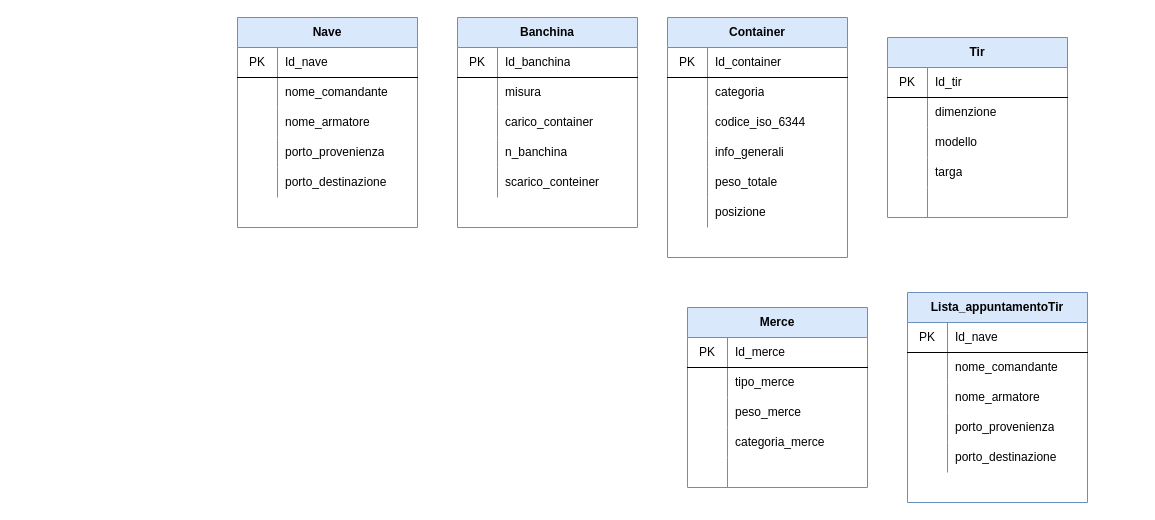
The draw.io diagram DATABASE/Untitled Diagram.drawio in giuliacangani02/EsameGiulia2021, before the edit. Source tidied: cells renumbered, new cells numbered last; positions are measured from the earlier drawing's top-left corner, leaving out a move shared by most shapes. Both pictures are drawn from the tidied source at 100%, with x=0, y=0 at pixel (237, 17).
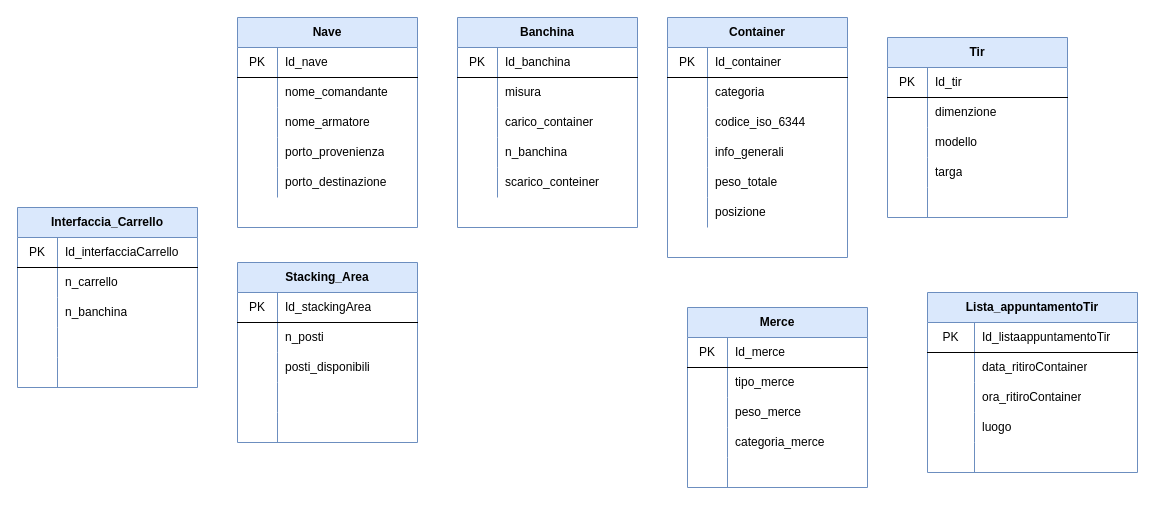
Above is the later version.

What changed in the source:
```diff
@@
     <mxCell id="85" value="Lista_appuntamentoTir" style="shape=table;html=1;whiteSpace=wrap;startSize=30;childLayout=tableLayout;rowLines=0;fontStyle=1;align=center;fillColor=#dae8fc;strokeColor=#6c8ebf;" parent="1" vertex="1">
-      <mxGeometry x="670" y="275" width="180" height="210" as="geometry" />
+      <mxGeometry x="690" y="275" width="210" height="180" as="geometry" />
     </mxCell>
     <mxCell id="86" style="shape=partialRectangle;html=1;whiteSpace=wrap;fillColor=none;top=0;left=0;bottom=1;right=0;" parent="85" vertex="1">
-      <mxGeometry y="30" width="180" height="30" as="geometry" />
+      <mxGeometry y="30" width="210" height="30" as="geometry" />
     </mxCell>
     <mxCell id="87" value="PK" style="shape=partialRectangle;html=1;whiteSpace=wrap;fillColor=none;top=0;left=0;bottom=0;right=0;overflow=hidden;" parent="86" vertex="1">
-      <mxGeometry width="40" height="30" as="geometry" />
+      <mxGeometry width="47" height="30" as="geometry" />
     </mxCell>
-    <mxCell id="88" value="Id_nave" style="shape=partialRectangle;html=1;whiteSpace=wrap;fillColor=none;top=0;left=0;bottom=0;right=0;align=left;spacingLeft=6;overflow=hidden;" parent="86" vertex="1">
-      <mxGeometry x="40" width="140" height="30" as="geometry" />
+    <mxCell id="88" value="Id_listaappuntamentoTir" style="shape=partialRectangle;html=1;whiteSpace=wrap;fillColor=none;top=0;left=0;bottom=0;right=0;align=left;spacingLeft=6;overflow=hidden;" parent="86" vertex="1">
+      <mxGeometry x="47" width="163" height="30" as="geometry" />
     </mxCell>
     <mxCell id="89" style="shape=partialRectangle;html=1;whiteSpace=wrap;fillColor=none;top=0;left=0;bottom=0;right=0;" parent="85" vertex="1">
-      <mxGeometry y="60" width="180" height="30" as="geometry" />
+      <mxGeometry y="60" width="210" height="30" as="geometry" />
     </mxCell>
     <mxCell id="90" style="shape=partialRectangle;html=1;whiteSpace=wrap;fillColor=none;top=0;left=0;bottom=0;right=0;overflow=hidden;" parent="89" vertex="1">
-      <mxGeometry width="40" height="30" as="geometry" />
+      <mxGeometry width="47" height="30" as="geometry" />
     </mxCell>
-    <mxCell id="91" value="nome_comandante" style="shape=partialRectangle;html=1;whiteSpace=wrap;fillColor=none;top=0;left=0;bottom=0;right=0;align=left;spacingLeft=6;overflow=hidden;" parent="89" vertex="1">
-      <mxGeometry x="40" width="140" height="30" as="geometry" />
+    <mxCell id="91" value="data_ritiroContainer" style="shape=partialRectangle;html=1;whiteSpace=wrap;fillColor=none;top=0;left=0;bottom=0;right=0;align=left;spacingLeft=6;overflow=hidden;" parent="89" vertex="1">
+      <mxGeometry x="47" width="163" height="30" as="geometry" />
     </mxCell>
     <mxCell id="92" style="shape=partialRectangle;html=1;whiteSpace=wrap;fillColor=none;top=0;left=0;bottom=0;right=0;" parent="85" vertex="1">
-      <mxGeometry y="90" width="180" height="30" as="geometry" />
+      <mxGeometry y="90" width="210" height="30" as="geometry" />
     </mxCell>
     <mxCell id="93" style="shape=partialRectangle;html=1;whiteSpace=wrap;fillColor=none;top=0;left=0;bottom=0;right=0;overflow=hidden;" parent="92" vertex="1">
-      <mxGeometry width="40" height="30" as="geometry" />
+      <mxGeometry width="47" height="30" as="geometry" />
     </mxCell>
-    <mxCell id="94" value="nome_armatore" style="shape=partialRectangle;html=1;whiteSpace=wrap;fillColor=none;top=0;left=0;bottom=0;right=0;align=left;spacingLeft=6;overflow=hidden;" parent="92" vertex="1">
-      <mxGeometry x="40" width="140" height="30" as="geometry" />
+    <mxCell id="94" value="ora_ritiroContainer" style="shape=partialRectangle;html=1;whiteSpace=wrap;fillColor=none;top=0;left=0;bottom=0;right=0;align=left;spacingLeft=6;overflow=hidden;" parent="92" vertex="1">
+      <mxGeometry x="47" width="163" height="30" as="geometry" />
     </mxCell>
     <mxCell id="95" style="shape=partialRectangle;html=1;whiteSpace=wrap;fillColor=none;top=0;left=0;bottom=0;right=0;" parent="85" vertex="1">
-      <mxGeometry y="120" width="180" height="30" as="geometry" />
+      <mxGeometry y="120" width="210" height="30" as="geometry" />
     </mxCell>
     <mxCell id="96" style="shape=partialRectangle;html=1;whiteSpace=wrap;fillColor=none;top=0;left=0;bottom=0;right=0;overflow=hidden;" parent="95" vertex="1">
-      <mxGeometry width="40" height="30" as="geometry" />
+      <mxGeometry width="47" height="30" as="geometry" />
     </mxCell>
-    <mxCell id="97" value="porto_provenienza" style="shape=partialRectangle;html=1;whiteSpace=wrap;fillColor=none;top=0;left=0;bottom=0;right=0;align=left;spacingLeft=6;overflow=hidden;" parent="95" vertex="1">
-      <mxGeometry x="40" width="140" height="30" as="geometry" />
+    <mxCell id="97" value="luogo" style="shape=partialRectangle;html=1;whiteSpace=wrap;fillColor=none;top=0;left=0;bottom=0;right=0;align=left;spacingLeft=6;overflow=hidden;" parent="95" vertex="1">
+      <mxGeometry x="47" width="163" height="30" as="geometry" />
     </mxCell>
     <mxCell id="98" style="shape=partialRectangle;html=1;whiteSpace=wrap;fillColor=none;top=0;left=0;bottom=0;right=0;" parent="85" vertex="1">
-      <mxGeometry y="150" width="180" height="30" as="geometry" />
+      <mxGeometry y="150" width="210" height="30" as="geometry" />
     </mxCell>
     <mxCell id="99" style="shape=partialRectangle;html=1;whiteSpace=wrap;fillColor=none;top=0;left=0;bottom=0;right=0;overflow=hidden;" parent="98" vertex="1">
-      <mxGeometry width="40" height="30" as="geometry" />
+      <mxGeometry width="47" height="30" as="geometry" />
     </mxCell>
-    <mxCell id="100" value="porto_destinazione" style="shape=partialRectangle;html=1;whiteSpace=wrap;fillColor=none;top=0;left=0;bottom=0;right=0;align=left;spacingLeft=6;overflow=hidden;" parent="98" vertex="1">
-      <mxGeometry x="40" width="140" height="30" as="geometry" />
+    <mxCell id="100" style="shape=partialRectangle;html=1;whiteSpace=wrap;fillColor=none;top=0;left=0;bottom=0;right=0;align=left;spacingLeft=6;overflow=hidden;" parent="98" vertex="1">
+      <mxGeometry x="47" width="163" height="30" as="geometry" />
     </mxCell>
+    <mxCell id="101" value="Stacking_Area" style="shape=table;html=1;whiteSpace=wrap;startSize=30;childLayout=tableLayout;rowLines=0;fontStyle=1;align=center;fillColor=#dae8fc;strokeColor=#6c8ebf;" parent="1" vertex="1">
+      <mxGeometry y="245" width="180" height="180" as="geometry" />
+    </mxCell>
+    <mxCell id="102" style="shape=partialRectangle;html=1;whiteSpace=wrap;fillColor=none;top=0;left=0;bottom=1;right=0;" parent="101" vertex="1">
+      <mxGeometry y="30" width="180" height="30" as="geometry" />
+    </mxCell>
+    <mxCell id="103" value="PK" style="shape=partialRectangle;html=1;whiteSpace=wrap;fillColor=none;top=0;left=0;bottom=0;right=0;overflow=hidden;" parent="102" vertex="1">
+      <mxGeometry width="40" height="30" as="geometry" />
+    </mxCell>
+    <mxCell id="104" value="Id_stackingArea" style="shape=partialRectangle;html=1;whiteSpace=wrap;fillColor=none;top=0;left=0;bottom=0;right=0;align=left;spacingLeft=6;overflow=hidden;" parent="102" vertex="1">
+      <mxGeometry x="40" width="140" height="30" as="geometry" />
+    </mxCell>
+    <mxCell id="105" style="shape=partialRectangle;html=1;whiteSpace=wrap;fillColor=none;top=0;left=0;bottom=0;right=0;" parent="101" vertex="1">
+      <mxGeometry y="60" width="180" height="30" as="geometry" />
+    </mxCell>
+    <mxCell id="106" style="shape=partialRectangle;html=1;whiteSpace=wrap;fillColor=none;top=0;left=0;bottom=0;right=0;overflow=hidden;" parent="105" vertex="1">
+      <mxGeometry width="40" height="30" as="geometry" />
+    </mxCell>
+    <mxCell id="107" value="n_posti" style="shape=partialRectangle;html=1;whiteSpace=wrap;fillColor=none;top=0;left=0;bottom=0;right=0;align=left;spacingLeft=6;overflow=hidden;" parent="105" vertex="1">
+      <mxGeometry x="40" width="140" height="30" as="geometry" />
+    </mxCell>
+    <mxCell id="108" style="shape=partialRectangle;html=1;whiteSpace=wrap;fillColor=none;top=0;left=0;bottom=0;right=0;" parent="101" vertex="1">
+      <mxGeometry y="90" width="180" height="30" as="geometry" />
+    </mxCell>
+    <mxCell id="109" style="shape=partialRectangle;html=1;whiteSpace=wrap;fillColor=none;top=0;left=0;bottom=0;right=0;overflow=hidden;" parent="108" vertex="1">
+      <mxGeometry width="40" height="30" as="geometry" />
+    </mxCell>
+    <mxCell id="110" value="posti_disponibili" style="shape=partialRectangle;html=1;whiteSpace=wrap;fillColor=none;top=0;left=0;bottom=0;right=0;align=left;spacingLeft=6;overflow=hidden;" parent="108" vertex="1">
+      <mxGeometry x="40" width="140" height="30" as="geometry" />
+    </mxCell>
+    <mxCell id="111" style="shape=partialRectangle;html=1;whiteSpace=wrap;fillColor=none;top=0;left=0;bottom=0;right=0;" parent="101" vertex="1">
+      <mxGeometry y="120" width="180" height="30" as="geometry" />
+    </mxCell>
+    <mxCell id="112" style="shape=partialRectangle;html=1;whiteSpace=wrap;fillColor=none;top=0;left=0;bottom=0;right=0;overflow=hidden;" parent="111" vertex="1">
+      <mxGeometry width="40" height="30" as="geometry" />
+    </mxCell>
+    <mxCell id="113" style="shape=partialRectangle;html=1;whiteSpace=wrap;fillColor=none;top=0;left=0;bottom=0;right=0;align=left;spacingLeft=6;overflow=hidden;" parent="111" vertex="1">
+      <mxGeometry x="40" width="140" height="30" as="geometry" />
+    </mxCell>
+    <mxCell id="114" style="shape=partialRectangle;html=1;whiteSpace=wrap;fillColor=none;top=0;left=0;bottom=0;right=0;" parent="101" vertex="1">
+      <mxGeometry y="150" width="180" height="30" as="geometry" />
+    </mxCell>
+    <mxCell id="115" style="shape=partialRectangle;html=1;whiteSpace=wrap;fillColor=none;top=0;left=0;bottom=0;right=0;overflow=hidden;" parent="114" vertex="1">
+      <mxGeometry width="40" height="30" as="geometry" />
+    </mxCell>
+    <mxCell id="116" style="shape=partialRectangle;html=1;whiteSpace=wrap;fillColor=none;top=0;left=0;bottom=0;right=0;align=left;spacingLeft=6;overflow=hidden;" parent="114" vertex="1">
+      <mxGeometry x="40" width="140" height="30" as="geometry" />
+    </mxCell>
+    <mxCell id="117" value="Interfaccia_Carrello" style="shape=table;html=1;whiteSpace=wrap;startSize=30;childLayout=tableLayout;rowLines=0;fontStyle=1;align=center;fillColor=#dae8fc;strokeColor=#6c8ebf;" parent="1" vertex="1">
+      <mxGeometry x="-220" y="190" width="180" height="180" as="geometry" />
+    </mxCell>
+    <mxCell id="118" style="shape=partialRectangle;html=1;whiteSpace=wrap;fillColor=none;top=0;left=0;bottom=1;right=0;" parent="117" vertex="1">
+      <mxGeometry y="30" width="180" height="30" as="geometry" />
+    </mxCell>
+    <mxCell id="119" value="PK" style="shape=partialRectangle;html=1;whiteSpace=wrap;fillColor=none;top=0;left=0;bottom=0;right=0;overflow=hidden;" parent="118" vertex="1">
+      <mxGeometry width="40" height="30" as="geometry" />
+    </mxCell>
+    <mxCell id="120" value="Id_interfacciaCarrello" style="shape=partialRectangle;html=1;whiteSpace=wrap;fillColor=none;top=0;left=0;bottom=0;right=0;align=left;spacingLeft=6;overflow=hidden;" parent="118" vertex="1">
+      <mxGeometry x="40" width="140" height="30" as="geometry" />
+    </mxCell>
+    <mxCell id="121" style="shape=partialRectangle;html=1;whiteSpace=wrap;fillColor=none;top=0;left=0;bottom=0;right=0;" parent="117" vertex="1">
+      <mxGeometry y="60" width="180" height="30" as="geometry" />
+    </mxCell>
+    <mxCell id="122" style="shape=partialRectangle;html=1;whiteSpace=wrap;fillColor=none;top=0;left=0;bottom=0;right=0;overflow=hidden;" parent="121" vertex="1">
+      <mxGeometry width="40" height="30" as="geometry" />
+    </mxCell>
+    <mxCell id="123" value="n_carrello" style="shape=partialRectangle;html=1;whiteSpace=wrap;fillColor=none;top=0;left=0;bottom=0;right=0;align=left;spacingLeft=6;overflow=hidden;" parent="121" vertex="1">
+      <mxGeometry x="40" width="140" height="30" as="geometry" />
+    </mxCell>
+    <mxCell id="124" style="shape=partialRectangle;html=1;whiteSpace=wrap;fillColor=none;top=0;left=0;bottom=0;right=0;" parent="117" vertex="1">
+      <mxGeometry y="90" width="180" height="30" as="geometry" />
+    </mxCell>
+    <mxCell id="125" style="shape=partialRectangle;html=1;whiteSpace=wrap;fillColor=none;top=0;left=0;bottom=0;right=0;overflow=hidden;" parent="124" vertex="1">
+      <mxGeometry width="40" height="30" as="geometry" />
+    </mxCell>
+    <mxCell id="126" value="n_banchina" style="shape=partialRectangle;html=1;whiteSpace=wrap;fillColor=none;top=0;left=0;bottom=0;right=0;align=left;spacingLeft=6;overflow=hidden;" parent="124" vertex="1">
+      <mxGeometry x="40" width="140" height="30" as="geometry" />
+    </mxCell>
+    <mxCell id="127" style="shape=partialRectangle;html=1;whiteSpace=wrap;fillColor=none;top=0;left=0;bottom=0;right=0;" parent="117" vertex="1">
+      <mxGeometry y="120" width="180" height="30" as="geometry" />
+    </mxCell>
+    <mxCell id="128" style="shape=partialRectangle;html=1;whiteSpace=wrap;fillColor=none;top=0;left=0;bottom=0;right=0;overflow=hidden;" parent="127" vertex="1">
+      <mxGeometry width="40" height="30" as="geometry" />
+    </mxCell>
+    <mxCell id="129" style="shape=partialRectangle;html=1;whiteSpace=wrap;fillColor=none;top=0;left=0;bottom=0;right=0;align=left;spacingLeft=6;overflow=hidden;" parent="127" vertex="1">
+      <mxGeometry x="40" width="140" height="30" as="geometry" />
+    </mxCell>
+    <mxCell id="130" style="shape=partialRectangle;html=1;whiteSpace=wrap;fillColor=none;top=0;left=0;bottom=0;right=0;" parent="117" vertex="1">
+      <mxGeometry y="150" width="180" height="30" as="geometry" />
+    </mxCell>
+    <mxCell id="131" style="shape=partialRectangle;html=1;whiteSpace=wrap;fillColor=none;top=0;left=0;bottom=0;right=0;overflow=hidden;" parent="130" vertex="1">
+      <mxGeometry width="40" height="30" as="geometry" />
+    </mxCell>
+    <mxCell id="132" style="shape=partialRectangle;html=1;whiteSpace=wrap;fillColor=none;top=0;left=0;bottom=0;right=0;align=left;spacingLeft=6;overflow=hidden;" parent="130" vertex="1">
+      <mxGeometry x="40" width="140" height="30" as="geometry" />
+    </mxCell>
```
